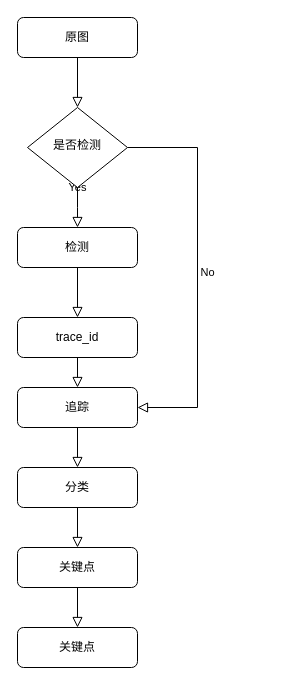
The draw.io diagram Untitled Diagram.drawio in Bbean/AI_Notes, before the edit. Source tidied: cells renumbered, new cells numbered last; positions are measured from the earlier drawing's top-left corner, leaving out a move shared by most shapes. Both pictures are drawn from the tidied source at 100%, with x=0, y=0 at pixel (17, 17).
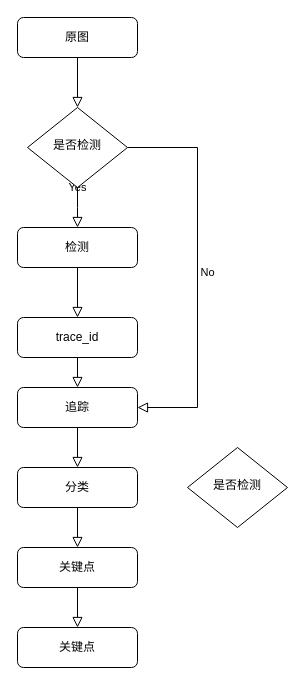
The same diagram, later.

Change to the diagram source:
```diff
@@
+    <mxCell id="18" value="是否检测" style="rhombus;whiteSpace=wrap;html=1;shadow=0;fontFamily=Helvetica;fontSize=12;align=center;strokeWidth=1;spacing=6;spacingTop=-4;" parent="1" vertex="1">
+      <mxGeometry x="170" y="430" width="100" height="80" as="geometry" />
+    </mxCell>
```
